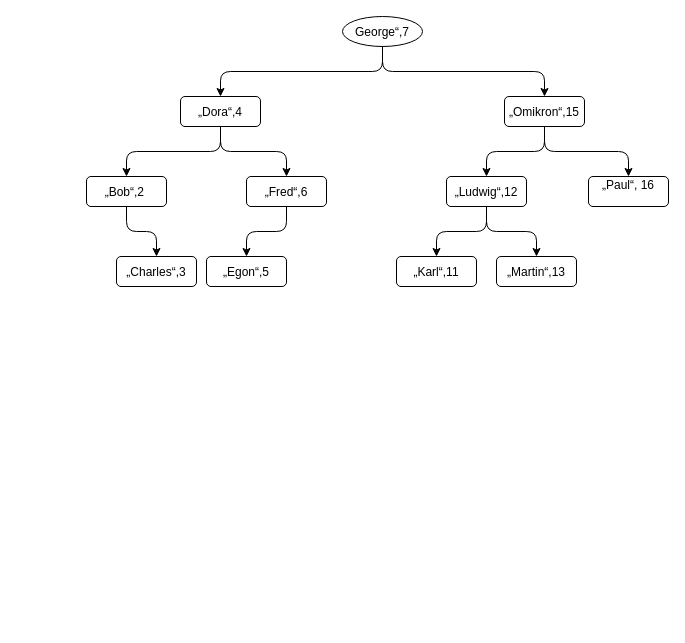
Ka1serM/draw.io keeps this draw.io diagram as JavaBaumFall2.drawio. Above is the earlier version. Source tidied: cells renumbered, new cells numbered last; positions are measured from the earlier drawing's top-left corner, leaving out a move shared by most shapes. Both pictures are drawn from the tidied source at 100%, with x=0, y=0 at pixel (86, 16).
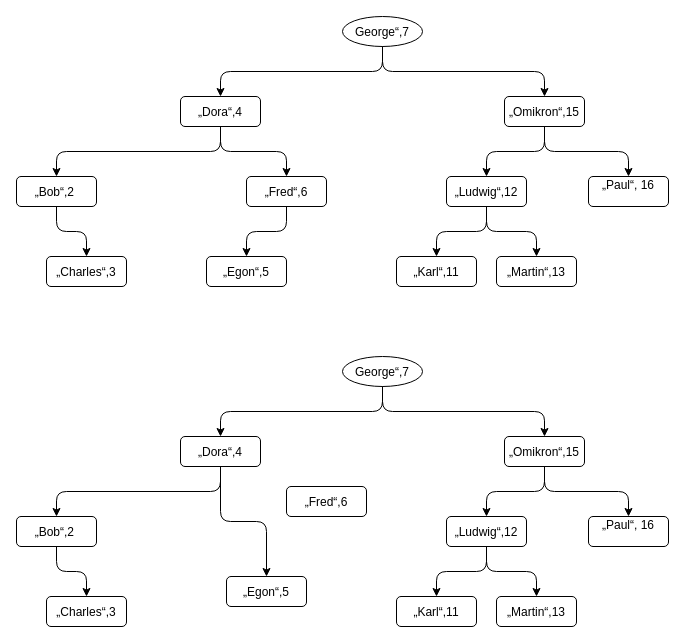
The same diagram, later.

Diff of the diagram source:
```diff
@@
     <mxCell id="7" value="„Bob“,2 " style="rounded=1;" parent="1" vertex="1">
-      <mxGeometry y="160" width="80" height="30" as="geometry" />
+      <mxGeometry x="-70" y="160" width="80" height="30" as="geometry" />
     </mxCell>
@@
     <mxCell id="13" value="„Charles“,3 " style="rounded=1;" parent="1" vertex="1">
-      <mxGeometry x="30" y="240" width="80" height="30" as="geometry" />
+      <mxGeometry x="-40" y="240" width="80" height="30" as="geometry" />
     </mxCell>
@@
+    <mxCell id="23" value="George“,7" style="ellipse;" parent="1" vertex="1">
+      <mxGeometry x="256" y="340" width="80" height="30" as="geometry" />
+    </mxCell>
+    <mxCell id="24" value="„Dora“,4" style="rounded=1;" parent="1" vertex="1">
+      <mxGeometry x="94" y="420" width="80" height="30" as="geometry" />
+    </mxCell>
+    <mxCell id="25" style="edgeStyle=elbowEdgeStyle;elbow=vertical;" parent="1" edge="1" source="23" target="24">
+      <mxGeometry relative="1" as="geometry" />
+    </mxCell>
+    <mxCell id="26" value="„Omikron“,15" style="rounded=1;" parent="1" vertex="1">
+      <mxGeometry x="418" y="420" width="80" height="30" as="geometry" />
+    </mxCell>
+    <mxCell id="27" style="edgeStyle=elbowEdgeStyle;elbow=vertical;" parent="1" edge="1" source="23" target="26">
+      <mxGeometry relative="1" as="geometry" />
+    </mxCell>
+    <mxCell id="28" value="„Bob“,2 " style="rounded=1;" parent="1" vertex="1">
+      <mxGeometry x="-70" y="500" width="80" height="30" as="geometry" />
+    </mxCell>
+    <mxCell id="29" style="edgeStyle=elbowEdgeStyle;elbow=vertical;" parent="1" edge="1" source="24" target="28">
+      <mxGeometry relative="1" as="geometry" />
+    </mxCell>
+    <mxCell id="30" value="„Fred“,6" style="rounded=1;" parent="1" vertex="1">
+      <mxGeometry x="200" y="470" width="80" height="30" as="geometry" />
+    </mxCell>
+    <mxCell id="31" value="„Egon“,5" style="rounded=1;" parent="1" vertex="1">
+      <mxGeometry x="140" y="560" width="80" height="30" as="geometry" />
+    </mxCell>
+    <mxCell id="32" value="„Charles“,3 " style="rounded=1;" parent="1" vertex="1">
+      <mxGeometry x="-40" y="580" width="80" height="30" as="geometry" />
+    </mxCell>
+    <mxCell id="33" style="edgeStyle=elbowEdgeStyle;elbow=vertical;" parent="1" edge="1" source="28" target="32">
+      <mxGeometry relative="1" as="geometry" />
+    </mxCell>
+    <mxCell id="34" value="„Ludwig“,12" style="rounded=1;" parent="1" vertex="1">
+      <mxGeometry x="360" y="500" width="80" height="30" as="geometry" />
+    </mxCell>
+    <mxCell id="35" style="edgeStyle=elbowEdgeStyle;elbow=vertical;" parent="1" edge="1" source="26" target="34">
+      <mxGeometry relative="1" as="geometry" />
+    </mxCell>
+    <mxCell id="36" value="„Karl“,11" style="rounded=1;" parent="1" vertex="1">
+      <mxGeometry x="310" y="580" width="80" height="30" as="geometry" />
+    </mxCell>
+    <mxCell id="37" style="edgeStyle=elbowEdgeStyle;elbow=vertical;" parent="1" edge="1" source="34" target="36">
+      <mxGeometry relative="1" as="geometry" />
+    </mxCell>
+    <mxCell id="38" value="„Martin“,13" style="rounded=1;" parent="1" vertex="1">
+      <mxGeometry x="410" y="580" width="80" height="30" as="geometry" />
+    </mxCell>
+    <mxCell id="39" style="edgeStyle=elbowEdgeStyle;elbow=vertical;" parent="1" edge="1" source="34" target="38">
+      <mxGeometry relative="1" as="geometry" />
+    </mxCell>
+    <mxCell id="40" value="„Paul“, 16&#10;" style="rounded=1;" parent="1" vertex="1">
+      <mxGeometry x="502" y="500" width="80" height="30" as="geometry" />
+    </mxCell>
+    <mxCell id="41" style="edgeStyle=elbowEdgeStyle;elbow=vertical;" parent="1" edge="1" source="26" target="40">
+      <mxGeometry relative="1" as="geometry" />
+    </mxCell>
+    <mxCell id="42" style="edgeStyle=elbowEdgeStyle;elbow=vertical;exitX=0.5;exitY=1;exitDx=0;exitDy=0;" parent="1" edge="1" source="24">
+      <mxGeometry relative="1" as="geometry">
+        <mxPoint x="180" y="560" as="targetPoint" />
+      </mxGeometry>
+    </mxCell>
```
